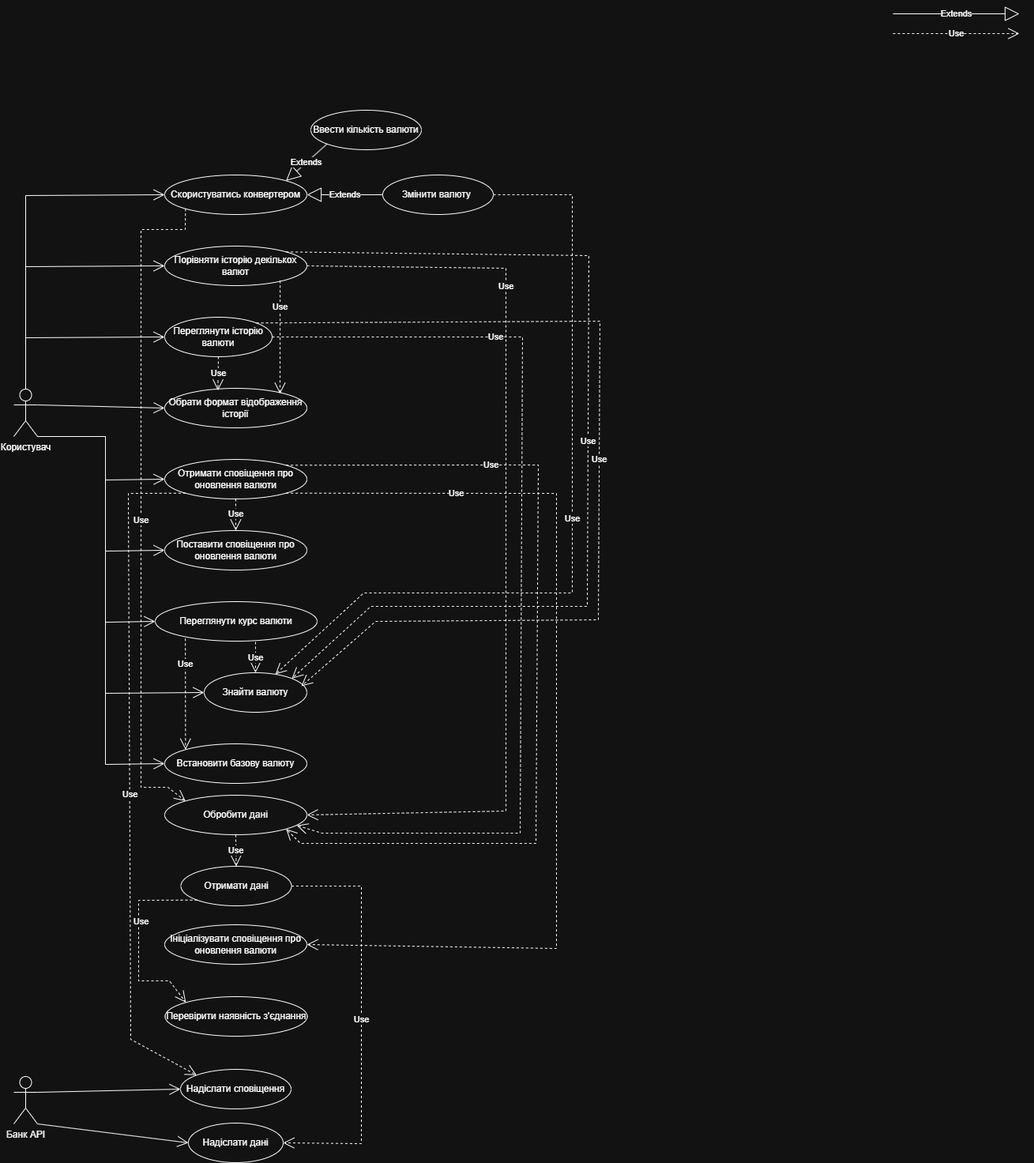
This is lab2/UC/UC.drawio.png from MihajloVat/KPI_labs_3_sem, a draw.io export, as it was before one commit. Source tidied: cells renumbered, new cells last; positions are measured from the earlier drawing's top-left corner, leaving out a move shared by most shapes.
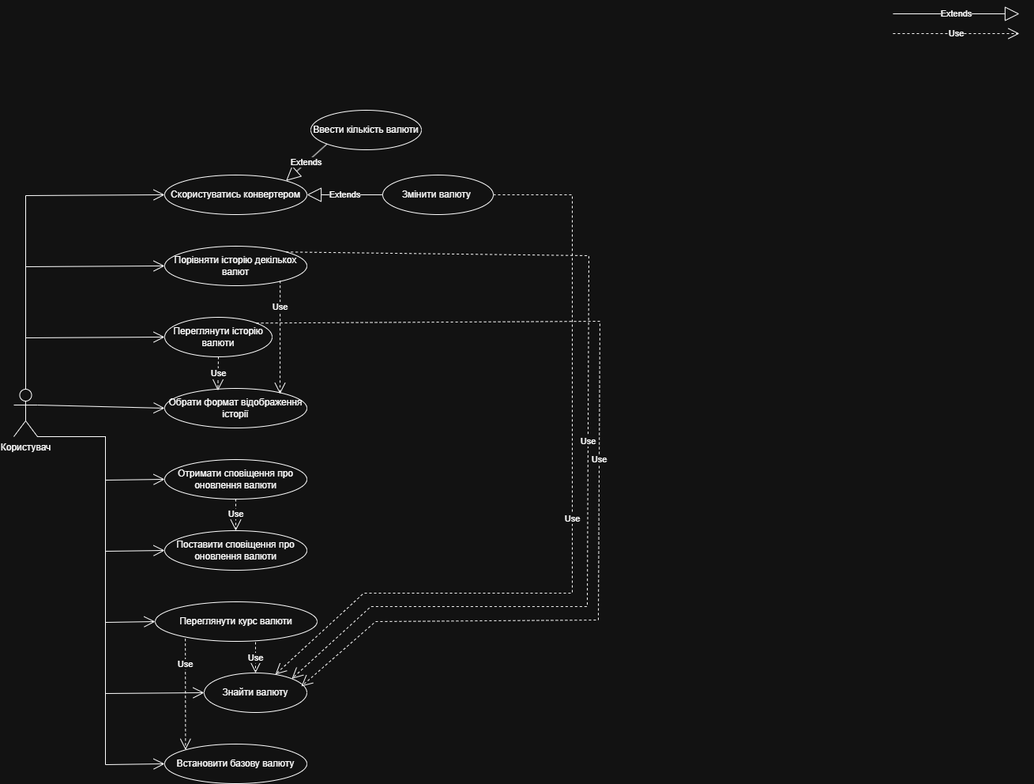
Above is the later version.

What changed in the source:
```diff
@@ -17,9 +17,6 @@
     <mxCell id="4" value="Користувач" style="shape=umlActor;verticalLabelPosition=bottom;verticalAlign=top;html=1;outlineConnect=0;" parent="1" vertex="1">
       <mxGeometry y="475" width="30" height="60" as="geometry" />
     </mxCell>
-    <mxCell id="5" value="Банк API" style="shape=umlActor;verticalLabelPosition=bottom;verticalAlign=top;html=1;outlineConnect=0;" parent="1" vertex="1">
-      <mxGeometry y="1345" width="30" height="60" as="geometry" />
-    </mxCell>
     <mxCell id="6" value="Скористуватись конвертером" style="ellipse;whiteSpace=wrap;html=1;" parent="1" vertex="1">
       <mxGeometry x="191" y="204" width="180" height="50" as="geometry" />
     </mxCell>
@@ -53,21 +50,6 @@
     <mxCell id="16" value="Змінити валюту&amp;nbsp;" style="ellipse;whiteSpace=wrap;html=1;" parent="1" vertex="1">
       <mxGeometry x="467" y="204" width="140" height="50" as="geometry" />
     </mxCell>
-    <mxCell id="17" value="Обробити дані" style="ellipse;whiteSpace=wrap;html=1;" parent="1" vertex="1">
-      <mxGeometry x="191" y="989" width="180" height="50" as="geometry" />
-    </mxCell>
-    <mxCell id="18" value="Ініціалізувати сповіщення про оновлення валюти" style="ellipse;whiteSpace=wrap;html=1;" parent="1" vertex="1">
-      <mxGeometry x="191" y="1153" width="180" height="50" as="geometry" />
-    </mxCell>
-    <mxCell id="19" value="Отримати дані" style="ellipse;whiteSpace=wrap;html=1;" parent="1" vertex="1">
-      <mxGeometry x="211.5" y="1079" width="140" height="50" as="geometry" />
-    </mxCell>
-    <mxCell id="20" value="Надіслати сповіщення" style="ellipse;whiteSpace=wrap;html=1;" parent="1" vertex="1">
-      <mxGeometry x="211" y="1336" width="140" height="50" as="geometry" />
-    </mxCell>
-    <mxCell id="21" value="Надіслати дані" style="ellipse;whiteSpace=wrap;html=1;" parent="1" vertex="1">
-      <mxGeometry x="221" y="1404" width="120" height="50" as="geometry" />
-    </mxCell>
     <mxCell id="22" value="Extends" style="endArrow=block;endSize=16;endFill=0;html=1;rounded=0;exitX=0;exitY=1;exitDx=0;exitDy=0;entryX=1;entryY=0;entryDx=0;entryDy=0;" parent="1" edge="1" source="15" target="6">
       <mxGeometry relative="1" as="geometry" />
     </mxCell>
@@ -106,48 +88,42 @@
         </Array>
       </mxGeometry>
     </mxCell>
-    <mxCell id="29" style="endArrow=open;endFill=1;endSize=12;html=1;rounded=0;entryX=0;entryY=0.5;entryDx=0;entryDy=0;exitX=1;exitY=1;exitDx=0;exitDy=0;exitPerimeter=0;" parent="1" edge="1" target="11">
-      <mxGeometry relative="1" as="geometry">
-        <mxPoint x="30" y="535" as="sourcePoint" />
-        <Array as="points">
-          <mxPoint x="116" y="535" />
-          <mxPoint x="116" y="680" />
-        </Array>
-      </mxGeometry>
-    </mxCell>
-    <mxCell id="30" style="endArrow=open;endFill=1;endSize=12;html=1;rounded=0;entryX=0;entryY=0.5;entryDx=0;entryDy=0;exitX=1;exitY=1;exitDx=0;exitDy=0;exitPerimeter=0;" parent="1" edge="1" target="12">
-      <mxGeometry relative="1" as="geometry">
-        <mxPoint x="30" y="535" as="sourcePoint" />
-        <Array as="points">
-          <mxPoint x="116" y="535" />
-          <mxPoint x="116" y="770" />
-        </Array>
-      </mxGeometry>
-    </mxCell>
-    <mxCell id="31" style="endArrow=open;endFill=1;endSize=12;html=1;rounded=0;entryX=0;entryY=0.5;entryDx=0;entryDy=0;exitX=1;exitY=1;exitDx=0;exitDy=0;exitPerimeter=0;" parent="1" edge="1" target="13">
-      <mxGeometry relative="1" as="geometry">
-        <mxPoint x="30" y="535" as="sourcePoint" />
-        <Array as="points">
-          <mxPoint x="116" y="535" />
-          <mxPoint x="116" y="860" />
-        </Array>
-      </mxGeometry>
-    </mxCell>
-    <mxCell id="32" style="endArrow=open;endFill=1;endSize=12;html=1;rounded=0;entryX=0;entryY=0.5;entryDx=0;entryDy=0;exitX=1;exitY=1;exitDx=0;exitDy=0;exitPerimeter=0;" parent="1" edge="1" target="14">
-      <mxGeometry relative="1" as="geometry">
-        <mxPoint x="30" y="535" as="sourcePoint" />
-        <Array as="points">
-          <mxPoint x="116" y="535" />
-          <mxPoint x="116" y="950" />
-        </Array>
-      </mxGeometry>
-    </mxCell>
-    <mxCell id="33" style="endArrow=open;endFill=1;endSize=12;html=1;rounded=0;exitX=1;exitY=1;exitDx=0;exitDy=0;exitPerimeter=0;entryX=0;entryY=0.5;entryDx=0;entryDy=0;" parent="1" edge="1" source="5" target="21">
-      <mxGeometry relative="1" as="geometry" />
-    </mxCell>
-    <mxCell id="34" style="endArrow=open;endFill=1;endSize=12;html=1;rounded=0;exitX=1;exitY=0.3333333333333333;exitDx=0;exitDy=0;exitPerimeter=0;entryX=0;entryY=0.5;entryDx=0;entryDy=0;" parent="1" edge="1" source="5" target="20">
-      <mxGeometry relative="1" as="geometry" />
-    </mxCell>
+    <mxCell id="53" style="endArrow=open;endFill=1;endSize=12;html=1;rounded=0;entryX=0;entryY=0.5;entryDx=0;entryDy=0;exitX=1;exitY=1;exitDx=0;exitDy=0;exitPerimeter=0;" parent="1" edge="1" target="11">
+      <mxGeometry relative="1" as="geometry">
+        <mxPoint x="30" y="535" as="sourcePoint" />
+        <Array as="points">
+          <mxPoint x="116" y="535" />
+          <mxPoint x="116" y="680" />
+        </Array>
+      </mxGeometry>
+    </mxCell>
+    <mxCell id="54" style="endArrow=open;endFill=1;endSize=12;html=1;rounded=0;entryX=0;entryY=0.5;entryDx=0;entryDy=0;exitX=1;exitY=1;exitDx=0;exitDy=0;exitPerimeter=0;" parent="1" edge="1" target="12">
+      <mxGeometry relative="1" as="geometry">
+        <mxPoint x="30" y="535" as="sourcePoint" />
+        <Array as="points">
+          <mxPoint x="116" y="535" />
+          <mxPoint x="116" y="770" />
+        </Array>
+      </mxGeometry>
+    </mxCell>
+    <mxCell id="55" style="endArrow=open;endFill=1;endSize=12;html=1;rounded=0;entryX=0;entryY=0.5;entryDx=0;entryDy=0;exitX=1;exitY=1;exitDx=0;exitDy=0;exitPerimeter=0;" parent="1" edge="1" target="13">
+      <mxGeometry relative="1" as="geometry">
+        <mxPoint x="30" y="535" as="sourcePoint" />
+        <Array as="points">
+          <mxPoint x="116" y="535" />
+          <mxPoint x="116" y="860" />
+        </Array>
+      </mxGeometry>
+    </mxCell>
+    <mxCell id="56" style="endArrow=open;endFill=1;endSize=12;html=1;rounded=0;entryX=0;entryY=0.5;entryDx=0;entryDy=0;exitX=1;exitY=1;exitDx=0;exitDy=0;exitPerimeter=0;" parent="1" edge="1" target="14">
+      <mxGeometry relative="1" as="geometry">
+        <mxPoint x="30" y="535" as="sourcePoint" />
+        <Array as="points">
+          <mxPoint x="116" y="535" />
+          <mxPoint x="116" y="950" />
+        </Array>
+      </mxGeometry>
+    </mxCell>
     <mxCell id="35" value="Use" style="endArrow=open;endSize=12;dashed=1;html=1;rounded=0;exitX=0.5;exitY=1;exitDx=0;exitDy=0;entryX=0.374;entryY=0.053;entryDx=0;entryDy=0;entryPerimeter=0;" parent="1" edge="1" source="8" target="9">
       <mxGeometry relative="1" as="geometry" />
     </mxCell>
@@ -159,81 +135,14 @@
         <mxPoint x="306" y="795" as="sourcePoint" />
       </mxGeometry>
     </mxCell>
-    <mxCell id="38" value="Перевірити наявність з'єднання" style="ellipse;whiteSpace=wrap;html=1;" parent="1" vertex="1">
-      <mxGeometry x="191.5" y="1244" width="180" height="50" as="geometry" />
-    </mxCell>
-    <mxCell id="39" value="Use" style="endArrow=open;endSize=12;dashed=1;html=1;rounded=0;exitX=0.5;exitY=1;exitDx=0;exitDy=0;entryX=0.5;entryY=0;entryDx=0;entryDy=0;" parent="1" edge="1" source="17" target="19">
-      <mxGeometry relative="1" as="geometry" />
-    </mxCell>
-    <mxCell id="40" value="Use" style="endArrow=open;endSize=12;dashed=1;html=1;rounded=0;exitX=0;exitY=1;exitDx=0;exitDy=0;entryX=0;entryY=0;entryDx=0;entryDy=0;" parent="1" edge="1" source="6" target="17">
-      <mxGeometry x="0.06" relative="1" as="geometry">
-        <Array as="points">
-          <mxPoint x="217" y="273" />
-          <mxPoint x="161" y="273" />
-          <mxPoint x="161" y="979" />
-          <mxPoint x="195" y="979" />
-        </Array>
-      </mxGeometry>
-    </mxCell>
-    <mxCell id="41" value="Use" style="endArrow=open;endSize=12;dashed=1;html=1;rounded=0;exitX=0;exitY=1;exitDx=0;exitDy=0;entryX=0;entryY=0;entryDx=0;entryDy=0;" parent="1" edge="1" source="10" target="20">
-      <mxGeometry x="0.06" relative="1" as="geometry">
-        <Array as="points">
-          <mxPoint x="145" y="607" />
-          <mxPoint x="148" y="1298" />
-        </Array>
-      </mxGeometry>
-    </mxCell>
     <mxCell id="42" value="Use" style="endArrow=open;endSize=12;dashed=1;html=1;rounded=0;exitX=0.186;exitY=0.935;exitDx=0;exitDy=0;entryX=0;entryY=0;entryDx=0;entryDy=0;exitPerimeter=0;" parent="1" edge="1" source="12" target="14">
       <mxGeometry x="-0.54" relative="1" as="geometry" />
     </mxCell>
-    <mxCell id="43" value="Use" style="endArrow=open;endSize=12;dashed=1;html=1;rounded=0;exitX=0;exitY=1;exitDx=0;exitDy=0;entryX=0;entryY=0;entryDx=0;entryDy=0;" parent="1" edge="1" source="19" target="38">
-      <mxGeometry x="-0.19" y="3" relative="1" as="geometry">
-        <Array as="points">
-          <mxPoint x="158" y="1122" />
-          <mxPoint x="158" y="1224" />
-          <mxPoint x="197" y="1224" />
-        </Array>
-      </mxGeometry>
-    </mxCell>
     <mxCell id="44" value="Use" style="endArrow=open;endSize=12;dashed=1;html=1;rounded=0;exitX=0.812;exitY=0.876;exitDx=0;exitDy=0;exitPerimeter=0;" parent="1" edge="1" source="7">
       <mxGeometry x="-0.54" relative="1" as="geometry">
         <mxPoint x="337" y="481" as="targetPoint" />
       </mxGeometry>
     </mxCell>
-    <mxCell id="45" value="Use" style="endArrow=open;endSize=12;dashed=1;html=1;rounded=0;exitX=1;exitY=0.5;exitDx=0;exitDy=0;entryX=1;entryY=0.5;entryDx=0;entryDy=0;" parent="1" edge="1" source="7" target="17">
-      <mxGeometry x="-0.54" relative="1" as="geometry">
-        <Array as="points">
-          <mxPoint x="623" y="322" />
-          <mxPoint x="623" y="1009" />
-        </Array>
-      </mxGeometry>
-    </mxCell>
-    <mxCell id="46" value="Use" style="endArrow=open;endSize=12;dashed=1;html=1;rounded=0;exitX=1;exitY=0.5;exitDx=0;exitDy=0;entryX=0.929;entryY=0.765;entryDx=0;entryDy=0;entryPerimeter=0;" parent="1" edge="1" source="8" target="17">
-      <mxGeometry x="-0.54" relative="1" as="geometry">
-        <Array as="points">
-          <mxPoint x="644" y="409" />
-          <mxPoint x="641" y="1037" />
-          <mxPoint x="390" y="1037" />
-        </Array>
-      </mxGeometry>
-    </mxCell>
-    <mxCell id="47" value="Use" style="endArrow=open;endSize=12;dashed=1;html=1;rounded=0;exitX=1;exitY=0;exitDx=0;exitDy=0;entryX=1;entryY=1;entryDx=0;entryDy=0;" parent="1" edge="1" source="10" target="17">
-      <mxGeometry x="-0.54" relative="1" as="geometry">
-        <Array as="points">
-          <mxPoint x="664" y="571" />
-          <mxPoint x="661" y="1050" />
-          <mxPoint x="363" y="1050" />
-        </Array>
-      </mxGeometry>
-    </mxCell>
-    <mxCell id="48" value="Use" style="endArrow=open;endSize=12;dashed=1;html=1;rounded=0;exitX=1;exitY=1;exitDx=0;exitDy=0;entryX=1;entryY=0.5;entryDx=0;entryDy=0;" parent="1" edge="1" source="10" target="18">
-      <mxGeometry x="-0.65" relative="1" as="geometry">
-        <Array as="points">
-          <mxPoint x="687" y="607" />
-          <mxPoint x="687" y="1183" />
-        </Array>
-      </mxGeometry>
-    </mxCell>
     <mxCell id="49" value="Use" style="endArrow=open;endSize=12;dashed=1;html=1;rounded=0;exitX=1;exitY=0.5;exitDx=0;exitDy=0;" parent="1" edge="1" source="16" target="13">
       <mxGeometry relative="1" as="geometry">
         <Array as="points">
@@ -261,13 +170,5 @@
         </Array>
       </mxGeometry>
     </mxCell>
-    <mxCell id="52" value="Use" style="endArrow=open;endSize=12;dashed=1;html=1;rounded=0;exitX=1;exitY=0.5;exitDx=0;exitDy=0;entryX=1;entryY=0.5;entryDx=0;entryDy=0;" parent="1" edge="1" source="19" target="21">
-      <mxGeometry relative="1" as="geometry">
-        <Array as="points">
-          <mxPoint x="440" y="1104" />
-          <mxPoint x="440" y="1430" />
-        </Array>
-      </mxGeometry>
-    </mxCell>
   </root>
 </mxGraphModel>
```
